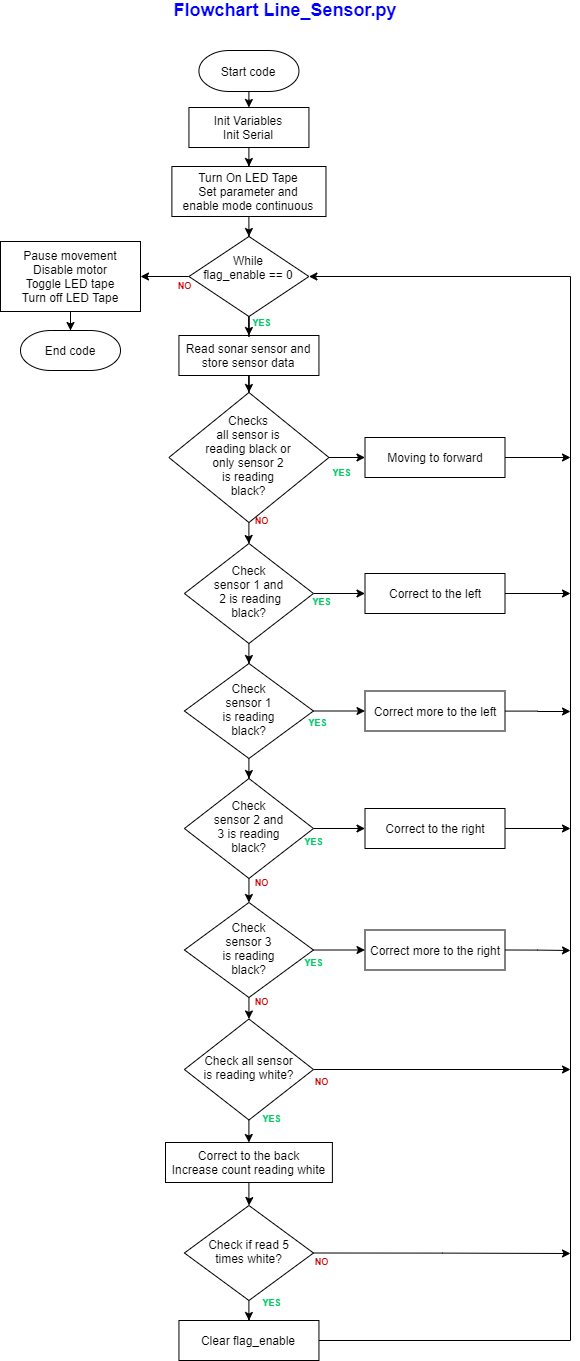
Above: png/Flowchart_Line_Sensor.png in SolisTecnologia/RoboSolis-Line-Follower (draw.io), before the change. Source tidied: cells renumbered, new cells last; positions are measured from the earlier drawing's top-left corner, leaving out a move shared by most shapes.
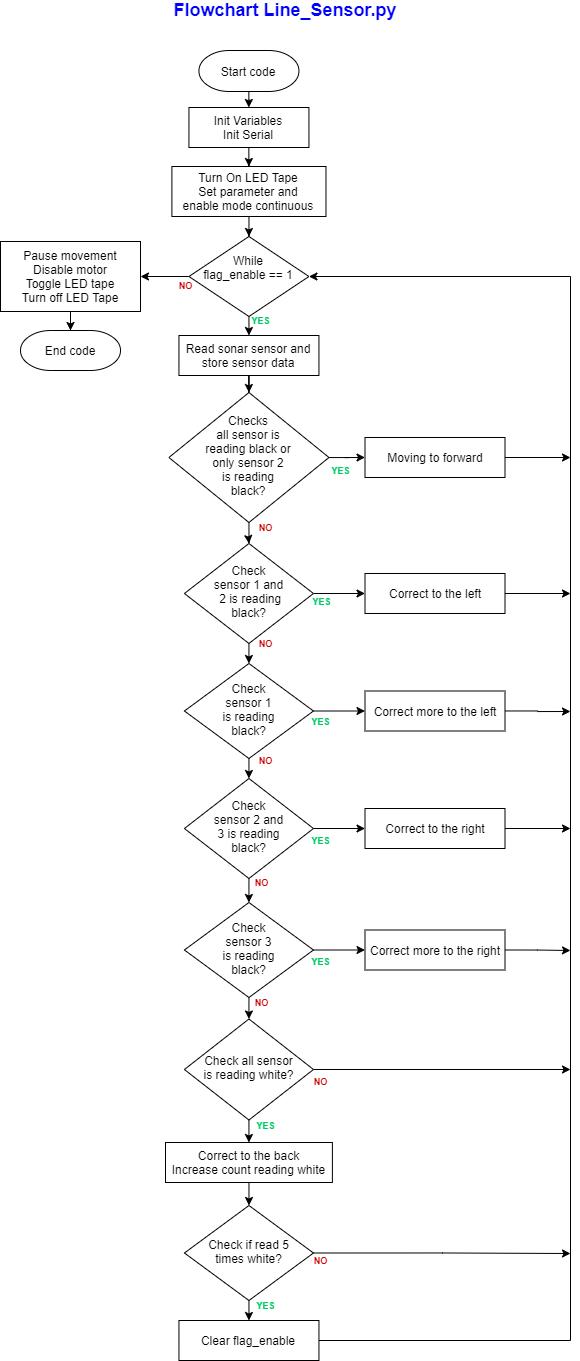
Later version of the same file.

Change to the diagram source:
```diff
@@ -29,13 +29,13 @@
       <mxGeometry x="178.4" y="335" width="140" height="40" as="geometry" />
     </mxCell>
     <mxCell id="9" value="NO" style="edgeStyle=orthogonalEdgeStyle;rounded=0;jettySize=auto;html=1;entryX=0.5;entryY=0;entryDx=0;entryDy=0;fontSize=9;fontColor=#CC0000;fontStyle=1;" parent="1" edge="1" source="11" target="16">
-      <mxGeometry x="0.9" y="24" relative="1" as="geometry">
-        <mxPoint x="-11" y="-21" as="offset" />
+      <mxGeometry x="-0.71" y="12" relative="1" as="geometry">
+        <mxPoint x="5" y="1" as="offset" />
       </mxGeometry>
     </mxCell>
     <mxCell id="10" value="YES" style="edgeStyle=orthogonalEdgeStyle;rounded=0;jettySize=auto;html=1;entryX=0;entryY=0.5;entryDx=0;entryDy=0;fontSize=9;fontStyle=1;fontColor=#00CC66;" parent="1" edge="1" source="11" target="13">
-      <mxGeometry x="0.09" y="15" relative="1" as="geometry">
-        <mxPoint x="-3" y="30" as="offset" />
+      <mxGeometry x="0.09" y="14" relative="1" as="geometry">
+        <mxPoint x="-4" y="27" as="offset" />
       </mxGeometry>
     </mxCell>
     <mxCell id="11" value="Checks&lt;br&gt;all sensor is&lt;br&gt;reading black or&lt;br&gt;only sensor 2&lt;br&gt;is reading&lt;br&gt;black?" style="rhombus;whiteSpace=wrap;html=1;shadow=0;fontFamily=Helvetica;fontSize=12;align=center;strokeWidth=1;spacing=6;spacingTop=-4;" parent="1" vertex="1">
@@ -49,10 +49,8 @@
     <mxCell id="13" value="Moving to forward" style="rounded=0;whiteSpace=wrap;html=1;fontSize=12;glass=0;strokeWidth=1;shadow=0;" parent="1" vertex="1">
       <mxGeometry x="364.5" y="437" width="140" height="40" as="geometry" />
     </mxCell>
-    <mxCell id="14" value="NO" style="edgeStyle=orthogonalEdgeStyle;rounded=0;jettySize=auto;html=1;entryX=0.5;entryY=0;entryDx=0;entryDy=0;fontSize=9;fontColor=#CC0000;fontStyle=1;" parent="1" edge="1" source="16" target="21">
-      <mxGeometry x="0.99" y="-24" relative="1" as="geometry">
-        <mxPoint x="13" y="4" as="offset" />
-      </mxGeometry>
+    <mxCell id="14" value="NO" style="edgeStyle=orthogonalEdgeStyle;rounded=0;jettySize=auto;html=1;entryX=0.5;entryY=0;entryDx=0;entryDy=0;fontSize=9;fontColor=#CC0000;fontStyle=1;exitX=0.5;exitY=1;exitDx=0;exitDy=0;" parent="1" edge="1" source="16" target="21">
+      <mxGeometry x="-1" y="17" relative="1" as="geometry" />
     </mxCell>
     <mxCell id="15" value="YES" style="edgeStyle=orthogonalEdgeStyle;rounded=0;jettySize=auto;html=1;entryX=0;entryY=0.5;entryDx=0;entryDy=0;fontSize=9;fontColor=#00CC66;fontStyle=1;" parent="1" edge="1" source="16" target="18">
       <mxGeometry x="-0.67" y="-8" relative="1" as="geometry" />
@@ -68,13 +66,11 @@
     <mxCell id="18" value="Correct to the left" style="rounded=0;whiteSpace=wrap;html=1;fontSize=12;glass=0;strokeWidth=1;shadow=0;" parent="1" vertex="1">
       <mxGeometry x="364.5" y="573" width="140" height="40" as="geometry" />
     </mxCell>
-    <mxCell id="19" value="NO" style="edgeStyle=orthogonalEdgeStyle;rounded=0;jettySize=auto;html=1;entryX=0.5;entryY=0;entryDx=0;entryDy=0;fontSize=9;fontColor=#CC0000;fontStyle=1;" parent="1" edge="1" source="21" target="24">
-      <mxGeometry x="0.99" y="-24" relative="1" as="geometry">
-        <mxPoint x="13" y="4" as="offset" />
-      </mxGeometry>
+    <mxCell id="19" value="NO" style="edgeStyle=orthogonalEdgeStyle;rounded=0;jettySize=auto;html=1;entryX=0.5;entryY=0;entryDx=0;entryDy=0;fontSize=9;fontColor=#CC0000;fontStyle=1;exitX=0.5;exitY=1;exitDx=0;exitDy=0;" parent="1" edge="1" source="21" target="24">
+      <mxGeometry x="-0.8" y="17" relative="1" as="geometry" />
     </mxCell>
     <mxCell id="20" value="YES" style="edgeStyle=orthogonalEdgeStyle;rounded=0;jettySize=auto;html=1;entryX=0;entryY=0.5;entryDx=0;entryDy=0;fontSize=9;fontStyle=1;fontColor=#00CC66;" parent="1" edge="1" source="21" target="42">
-      <mxGeometry x="-0.87" y="-10" relative="1" as="geometry">
+      <mxGeometry x="-0.73" y="-9" relative="1" as="geometry">
         <mxPoint y="1" as="offset" />
       </mxGeometry>
     </mxCell>
@@ -85,7 +81,7 @@
       <mxGeometry x="-0.67" y="13" relative="1" as="geometry" />
     </mxCell>
     <mxCell id="23" value="YES" style="edgeStyle=orthogonalEdgeStyle;rounded=0;jettySize=auto;html=1;entryX=0;entryY=0.5;entryDx=0;entryDy=0;fontSize=9;fontStyle=1;fontColor=#00CC66;" parent="1" edge="1" source="24" target="46">
-      <mxGeometry x="-1" y="-13" relative="1" as="geometry" />
+      <mxGeometry x="-0.73" y="-12" relative="1" as="geometry" />
     </mxCell>
     <mxCell id="24" value="Check&lt;br&gt;sensor 2 and&lt;br&gt;3 is reading&lt;br&gt;black?" style="rhombus;whiteSpace=wrap;html=1;shadow=0;fontFamily=Helvetica;fontSize=12;align=center;strokeWidth=1;spacing=6;spacingTop=-4;" parent="1" vertex="1">
       <mxGeometry x="183.9" y="778" width="129.1" height="100" as="geometry" />
@@ -93,10 +89,8 @@
     <mxCell id="25" value="NO" style="edgeStyle=orthogonalEdgeStyle;rounded=0;jettySize=auto;html=1;entryX=0.5;entryY=0;entryDx=0;entryDy=0;fontSize=9;fontColor=#CC0000;fontStyle=1;exitX=0.5;exitY=1;exitDx=0;exitDy=0;" parent="1" edge="1" source="44" target="28">
       <mxGeometry x="-0.61" y="13" relative="1" as="geometry" />
     </mxCell>
-    <mxCell id="26" value="YES" style="edgeStyle=orthogonalEdgeStyle;rounded=0;jettySize=auto;html=1;entryX=0.5;entryY=0;entryDx=0;entryDy=0;fontSize=9;fontStyle=1;fontColor=#00CC66;" parent="1" edge="1" source="28" target="30">
-      <mxGeometry x="0.78" y="30" relative="1" as="geometry">
-        <mxPoint x="-7" y="-21" as="offset" />
-      </mxGeometry>
+    <mxCell id="26" value="YES" style="edgeStyle=orthogonalEdgeStyle;rounded=0;jettySize=auto;html=1;entryX=0.5;entryY=0;entryDx=0;entryDy=0;fontSize=9;fontStyle=1;fontColor=#00CC66;exitX=0.5;exitY=1;exitDx=0;exitDy=0;" parent="1" edge="1" source="28" target="30">
+      <mxGeometry x="-0.51" y="17" relative="1" as="geometry" />
     </mxCell>
     <mxCell id="27" value="NO" style="edgeStyle=orthogonalEdgeStyle;rounded=0;jettySize=auto;html=1;fontSize=9;fontColor=#CC0000;fontStyle=1;exitX=1;exitY=0.5;exitDx=0;exitDy=0;" parent="1" edge="1" source="28">
       <mxGeometry x="-0.94" y="-12" relative="1" as="geometry">
@@ -112,8 +106,8 @@
     <mxCell id="30" value="Correct to the back&lt;br&gt;Increase count reading white" style="rounded=0;whiteSpace=wrap;html=1;fontSize=12;glass=0;strokeWidth=1;shadow=0;" parent="1" vertex="1">
       <mxGeometry x="165" y="1142" width="166.9" height="40" as="geometry" />
     </mxCell>
-    <mxCell id="31" value="YES" style="edgeStyle=orthogonalEdgeStyle;rounded=0;jettySize=auto;html=1;entryX=0.5;entryY=0;entryDx=0;entryDy=0;fontSize=9;fontStyle=1;fontColor=#00CC66;" parent="1" edge="1" source="34" target="35">
-      <mxGeometry x="-0.75" y="23" relative="1" as="geometry" />
+    <mxCell id="31" value="YES" style="edgeStyle=orthogonalEdgeStyle;rounded=0;jettySize=auto;html=1;entryX=0.5;entryY=0;entryDx=0;entryDy=0;fontSize=9;fontStyle=1;fontColor=#00CC66;exitX=0.5;exitY=1;exitDx=0;exitDy=0;" parent="1" edge="1" source="34" target="35">
+      <mxGeometry x="-0.5" y="17" relative="1" as="geometry" />
     </mxCell>
     <mxCell id="32" style="edgeStyle=orthogonalEdgeStyle;rounded=0;jettySize=auto;html=1;entryX=1;entryY=0.5;entryDx=0;entryDy=0;exitX=1;exitY=0.5;exitDx=0;exitDy=0;fontSize=9;fontStyle=1;fontColor=#CC0000;" parent="1" edge="1" source="35" target="51">
       <mxGeometry x="-0.87" y="-35" relative="1" as="geometry">
@@ -167,7 +161,7 @@
       <mxGeometry x="364.5" y="690.5" width="140" height="40" as="geometry" />
     </mxCell>
     <mxCell id="43" value="YES" style="edgeStyle=orthogonalEdgeStyle;rounded=0;jettySize=auto;html=1;entryX=0;entryY=0.5;entryDx=0;entryDy=0;fontSize=9;fontStyle=1;fontColor=#00CC66;" parent="1" edge="1" source="44" target="48">
-      <mxGeometry x="-1" y="-11" relative="1" as="geometry">
+      <mxGeometry x="-0.73" y="-10" relative="1" as="geometry">
         <mxPoint y="1" as="offset" />
       </mxGeometry>
     </mxCell>
@@ -193,13 +187,13 @@
     <mxCell id="48" value="Correct more to the right" style="rounded=0;whiteSpace=wrap;html=1;fontSize=12;glass=0;strokeWidth=1;shadow=0;" parent="1" vertex="1">
       <mxGeometry x="364.5" y="929.5" width="140" height="40" as="geometry" />
     </mxCell>
-    <mxCell id="49" value="YES" style="edgeStyle=orthogonalEdgeStyle;rounded=0;jettySize=auto;html=1;entryX=0.5;entryY=0;entryDx=0;entryDy=0;fontSize=9;fontColor=#00CC66;fontStyle=1;" parent="1" edge="1" source="51" target="8">
-      <mxGeometry x="-0.83" y="13" relative="1" as="geometry" />
+    <mxCell id="49" value="YES" style="edgeStyle=orthogonalEdgeStyle;rounded=0;jettySize=auto;html=1;entryX=0.5;entryY=0;entryDx=0;entryDy=0;fontSize=9;fontColor=#00CC66;fontStyle=1;exitX=0.5;exitY=1;exitDx=0;exitDy=0;" parent="1" edge="1" source="51" target="8">
+      <mxGeometry x="-0.58" y="12" relative="1" as="geometry" />
     </mxCell>
     <mxCell id="50" value="NO" style="edgeStyle=orthogonalEdgeStyle;rounded=0;jettySize=auto;html=1;entryX=1;entryY=0.5;entryDx=0;entryDy=0;fontSize=9;fontColor=#CC0000;fontStyle=1;" parent="1" edge="1" source="51" target="37">
       <mxGeometry x="-0.86" y="9" relative="1" as="geometry" />
     </mxCell>
-    <mxCell id="51" value="While&lt;br&gt;flag_enable == 0&lt;br&gt;&amp;nbsp; &amp;nbsp;" style="rhombus;whiteSpace=wrap;html=1;shadow=0;fontFamily=Helvetica;fontSize=12;align=center;strokeWidth=1;spacing=6;spacingTop=-4;verticalAlign=middle;" parent="1" vertex="1">
+    <mxCell id="51" value="While&lt;br&gt;flag_enable == 1&lt;br&gt;&amp;nbsp; &amp;nbsp;" style="rhombus;whiteSpace=wrap;html=1;shadow=0;fontFamily=Helvetica;fontSize=12;align=center;strokeWidth=1;spacing=6;spacingTop=-4;verticalAlign=middle;" parent="1" vertex="1">
       <mxGeometry x="188.4" y="236" width="120" height="80" as="geometry" />
     </mxCell>
   </root>
```
